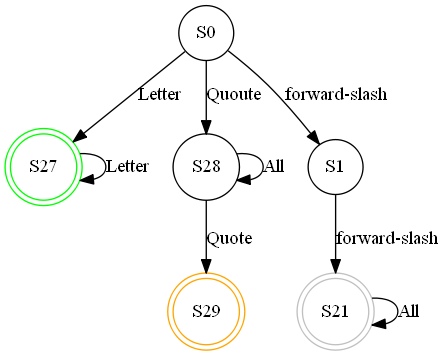
This is Graph.png from Alex4191-usac/OLC1_P1_201602880, a Graphviz export, as it was before one commit. Its source is kept beside it as Graph.dot.
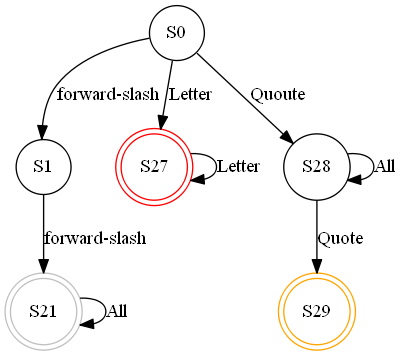
The same file after the commit.

Diff of the diagram source:
```diff
@@ -1,13 +1,13 @@
 digraph firstGraph{
-node[shape=circle]S0 -> S27[label="Letter"];
+node[shape=circle]S0-> S1[label="forward-slash"]
+S1->S21[label="forward-slash"]
+S21->S21[label="All"]
+S21[shape=doublecircle, color="gray"]
+S0 -> S27[label="Letter"];
 S27->S27[label="Letter"];
-S27[shape=doublecircle, color="green"]
+S27[shape=doublecircle, color="red"]
 S0 -> S28[label="Quoute"]
 S28->S28[label="All"]
 S28->S29[label="Quote"]
 S29[shape=doublecircle, color="orange"]
-S0-> S1[label="forward-slash"]
-S1->S21[label="forward-slash"]
-S21->S21[label="All"]
-S21[shape=doublecircle, color="gray"]
 }
```
